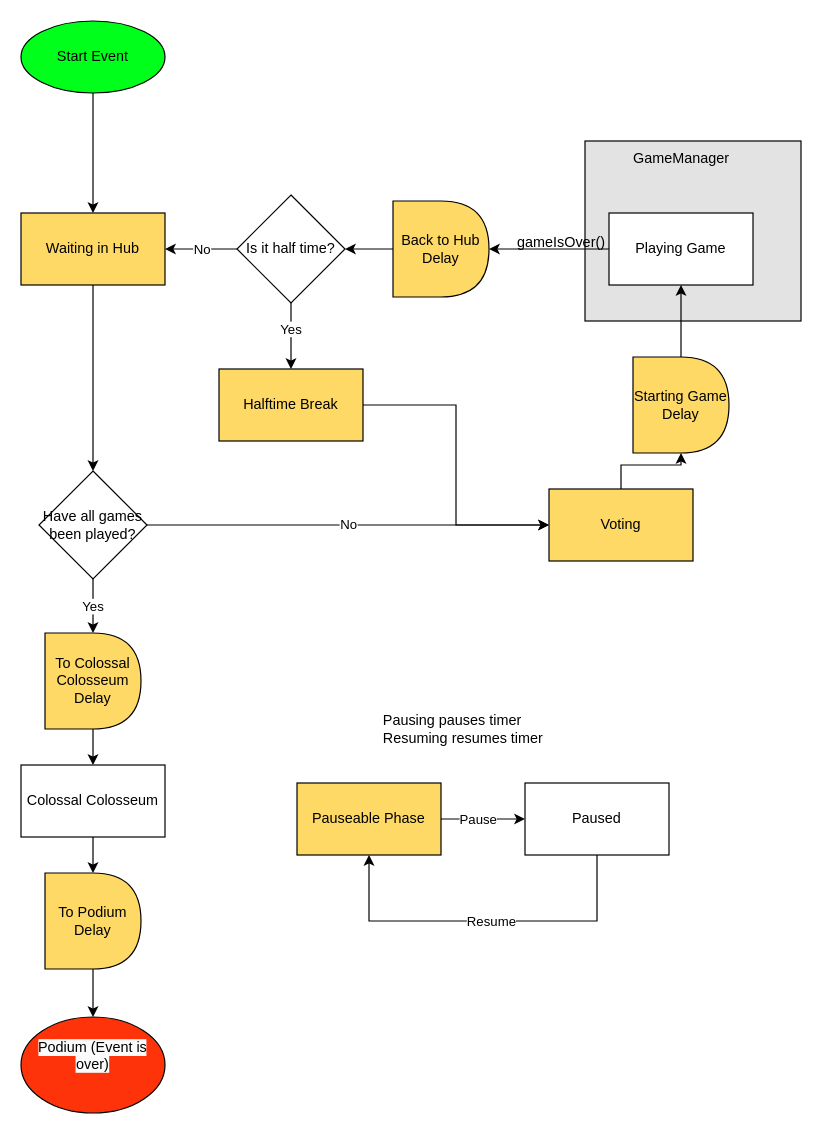
Before: docs/Event flow.drawio in Braekpo1nt/MCTManager, a draw.io diagram. Source tidied: cells renumbered, new cells numbered last; positions are measured from the earlier drawing's top-left corner, leaving out a move shared by most shapes. Both pictures are drawn from the tidied source at 120%, with x=0, y=0 at pixel (20, 20).
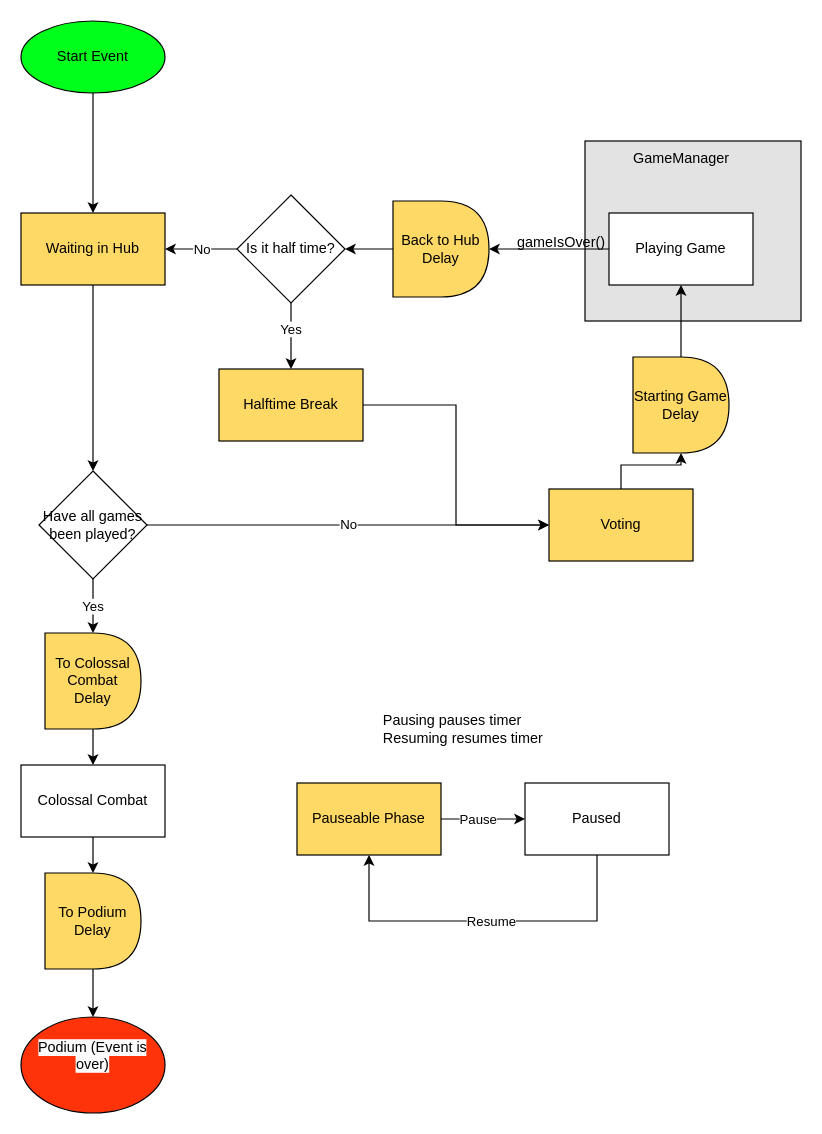
After the change.

The edit, as a diff of the source:
```diff
@@
-    <mxCell id="16" value="Colossal Colosseum" style="whiteSpace=wrap;html=1;rounded=0;" parent="1" vertex="1">
+    <mxCell id="16" value="Colossal Combat" style="whiteSpace=wrap;html=1;rounded=0;" parent="1" vertex="1">
       <mxGeometry y="620" width="120" height="60" as="geometry" />
     </mxCell>
@@
-    <mxCell id="39" value="To Colossal Colosseum&lt;br&gt;Delay" style="shape=delay;whiteSpace=wrap;html=1;rounded=0;fillColor=#FFD966;" parent="1" vertex="1">
+    <mxCell id="39" value="To Colossal Combat&lt;br&gt;Delay" style="shape=delay;whiteSpace=wrap;html=1;rounded=0;fillColor=#FFD966;" parent="1" vertex="1">
       <mxGeometry x="20" y="510" width="80" height="80" as="geometry" />
     </mxCell>
```
